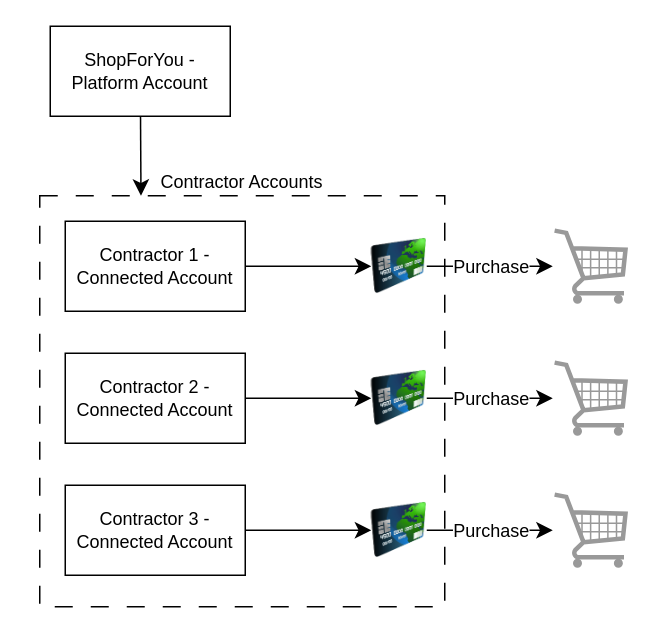
Earlier version of the draw.io diagram Fund Flow - ShopForYou.drawio (eddie-chiang/draw.io-diagrams). Source tidied: cells renumbered, new cells numbered last; positions are measured from the earlier drawing's top-left corner, leaving out a move shared by most shapes. Both pictures are drawn from the tidied source at 150%, with x=0, y=0 at pixel (39, 26).
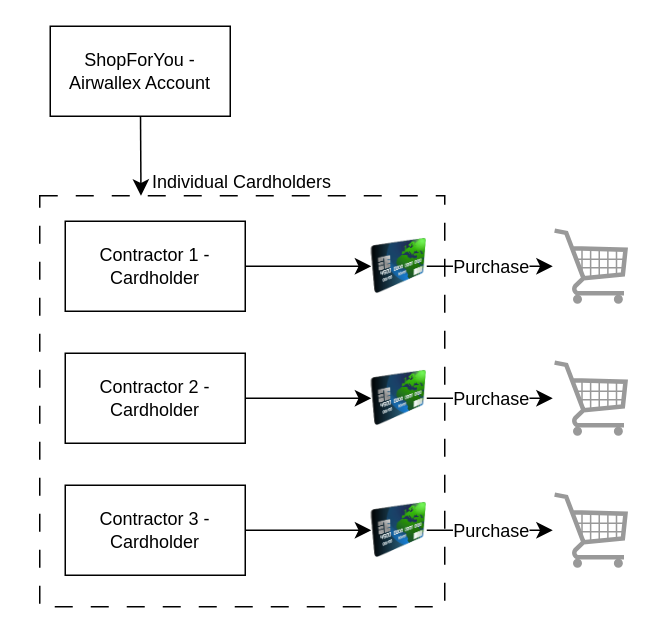
The same diagram, later.

The edit, as a diff of the source:
```diff
@@
-    <mxCell id="2" value="Contractor Accounts" style="rounded=0;whiteSpace=wrap;html=1;dashed=1;dashPattern=12 12;labelPosition=center;verticalLabelPosition=top;align=center;verticalAlign=bottom;" parent="1" vertex="1">
+    <mxCell id="2" value="Individual Cardholders" style="rounded=0;whiteSpace=wrap;html=1;dashed=1;dashPattern=12 12;labelPosition=center;verticalLabelPosition=top;align=center;verticalAlign=bottom;" parent="1" vertex="1">
       <mxGeometry y="113" width="270" height="274" as="geometry" />
     </mxCell>
@@
-    <mxCell id="4" value="ShopForYou - Platform Account" style="rounded=0;whiteSpace=wrap;html=1;" parent="1" vertex="1">
+    <mxCell id="4" value="ShopForYou - Airwallex Account" style="rounded=0;whiteSpace=wrap;html=1;" parent="1" vertex="1">
       <mxGeometry x="7" width="120" height="60" as="geometry" />
     </mxCell>
@@
-    <mxCell id="6" value="Contractor 1 - Connected Account" style="rounded=0;whiteSpace=wrap;html=1;" parent="1" vertex="1">
+    <mxCell id="6" value="Contractor 1 - Cardholder" style="rounded=0;whiteSpace=wrap;html=1;" parent="1" vertex="1">
       <mxGeometry x="17" y="130" width="120" height="60" as="geometry" />
     </mxCell>
@@
-    <mxCell id="8" value="Contractor 3 - Connected Account" style="rounded=0;whiteSpace=wrap;html=1;" parent="1" vertex="1">
+    <mxCell id="8" value="Contractor 3 - Cardholder" style="rounded=0;whiteSpace=wrap;html=1;" parent="1" vertex="1">
       <mxGeometry x="17" y="306" width="120" height="60" as="geometry" />
     </mxCell>
@@
-    <mxCell id="10" value="Contractor 2 - Connected Account" style="rounded=0;whiteSpace=wrap;html=1;" parent="1" vertex="1">
+    <mxCell id="10" value="Contractor 2 - Cardholder" style="rounded=0;whiteSpace=wrap;html=1;" parent="1" vertex="1">
       <mxGeometry x="17" y="218" width="120" height="60" as="geometry" />
     </mxCell>
```
